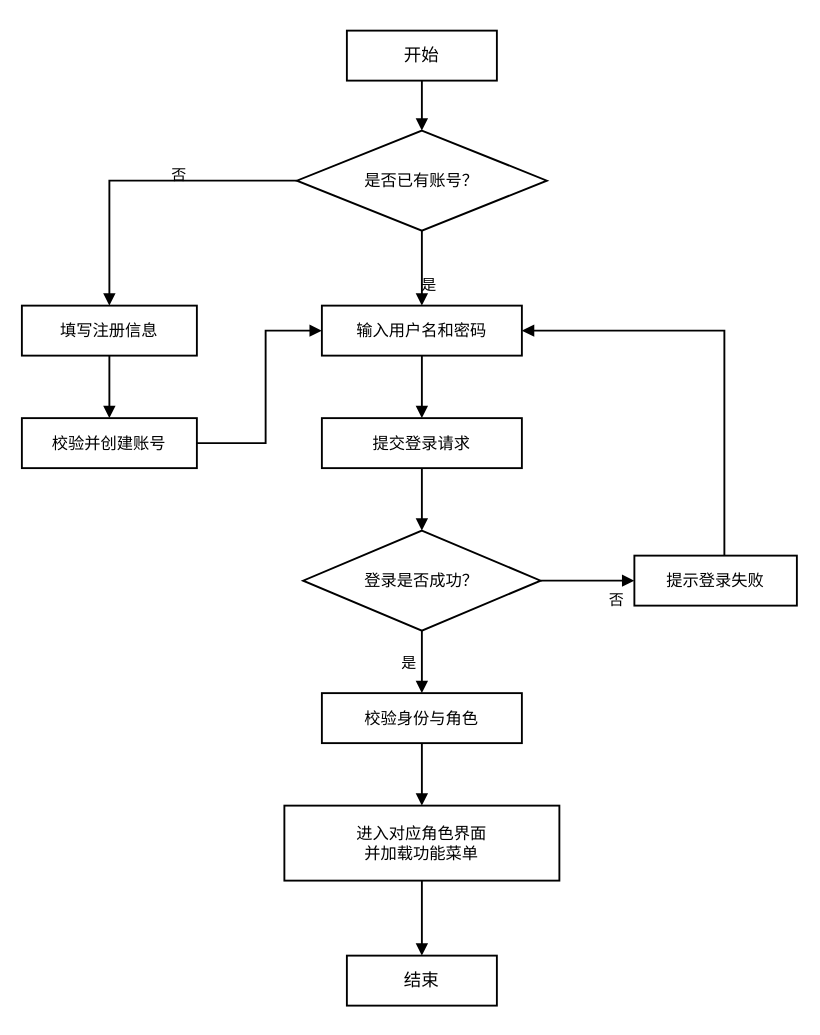
Before: docs/PaperImages/4用户注册登录流程图.drawio in Dean-op/forest_fire, a draw.io diagram. Source tidied: cells renumbered, new cells numbered last; positions are measured from the earlier drawing's top-left corner, leaving out a move shared by most shapes. Both pictures are drawn from the tidied source at 125%, with x=0, y=0 at pixel (21, 30).
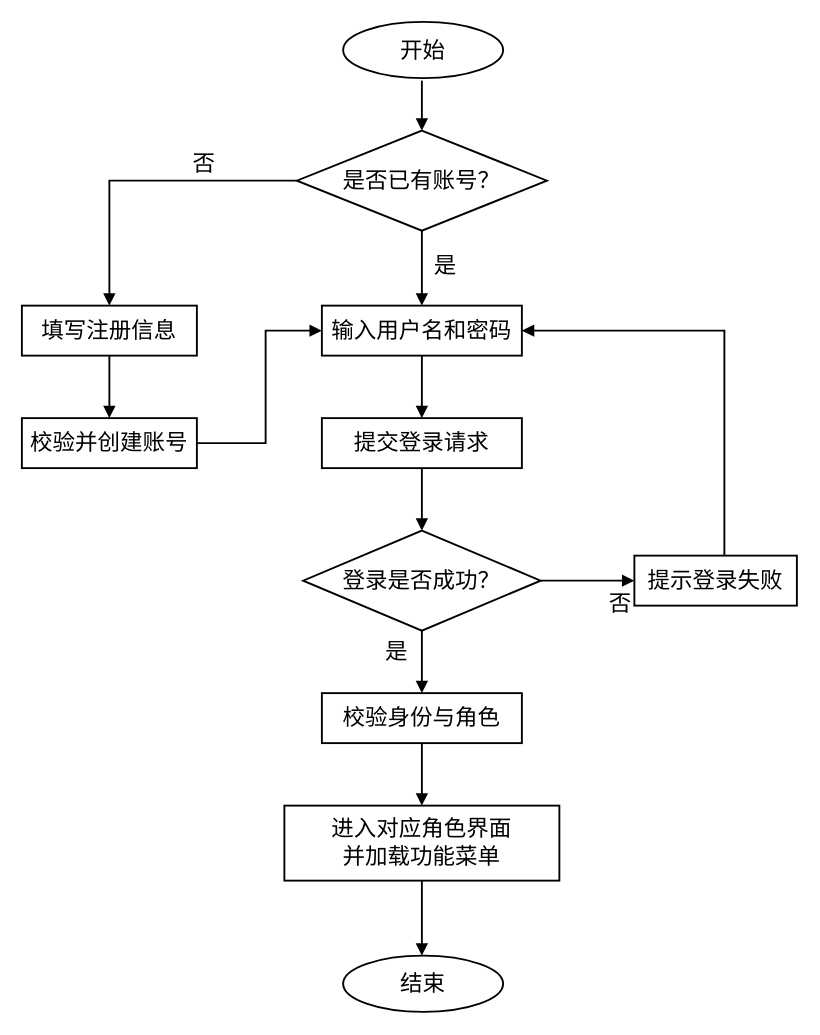
After the change.

The edit, as a diff of the source:
```diff
@@
-    <mxCell id="2" value="开始" style="rounded=0;whiteSpace=wrap;html=1;strokeWidth=1.5;fontSize=14;labelBackgroundColor=none;" parent="1" vertex="1">
-      <mxGeometry x="260" width="120" height="40" as="geometry" />
-    </mxCell>
-    <mxCell id="3" value="是否已有账号？" style="rhombus;whiteSpace=wrap;html=1;strokeWidth=1.5;fontSize=13;labelBackgroundColor=none;" parent="1" vertex="1">
+    <mxCell id="3" value="是否已有账号？" style="rhombus;whiteSpace=wrap;html=1;strokeWidth=1.5;fontSize=18;labelBackgroundColor=none;" parent="1" vertex="1">
       <mxGeometry x="220" y="80" width="200" height="80" as="geometry" />
     </mxCell>
-    <mxCell id="4" value="填写注册信息" style="rounded=0;whiteSpace=wrap;html=1;strokeWidth=1.5;fontSize=13;labelBackgroundColor=none;" parent="1" vertex="1">
+    <mxCell id="4" value="填写注册信息" style="rounded=0;whiteSpace=wrap;html=1;strokeWidth=1.5;fontSize=18;labelBackgroundColor=none;" parent="1" vertex="1">
       <mxGeometry y="220" width="140" height="40" as="geometry" />
     </mxCell>
-    <mxCell id="5" value="校验并创建账号" style="rounded=0;whiteSpace=wrap;html=1;strokeWidth=1.5;fontSize=13;labelBackgroundColor=none;" parent="1" vertex="1">
+    <mxCell id="5" value="校验并创建账号" style="rounded=0;whiteSpace=wrap;html=1;strokeWidth=1.5;fontSize=18;labelBackgroundColor=none;" parent="1" vertex="1">
       <mxGeometry y="310" width="140" height="40" as="geometry" />
     </mxCell>
-    <mxCell id="6" value="输入用户名和密码" style="rounded=0;whiteSpace=wrap;html=1;strokeWidth=1.5;fontSize=13;labelBackgroundColor=none;" parent="1" vertex="1">
+    <mxCell id="6" value="输入用户名和密码" style="rounded=0;whiteSpace=wrap;html=1;strokeWidth=1.5;fontSize=18;labelBackgroundColor=none;" parent="1" vertex="1">
       <mxGeometry x="240" y="220" width="160" height="40" as="geometry" />
     </mxCell>
-    <mxCell id="7" value="提交登录请求" style="rounded=0;whiteSpace=wrap;html=1;strokeWidth=1.5;fontSize=13;labelBackgroundColor=none;" parent="1" vertex="1">
+    <mxCell id="7" value="提交登录请求" style="rounded=0;whiteSpace=wrap;html=1;strokeWidth=1.5;fontSize=18;labelBackgroundColor=none;" parent="1" vertex="1">
       <mxGeometry x="240" y="310" width="160" height="40" as="geometry" />
     </mxCell>
-    <mxCell id="8" value="登录是否成功？" style="rhombus;whiteSpace=wrap;html=1;strokeWidth=1.5;fontSize=13;labelBackgroundColor=none;" parent="1" vertex="1">
+    <mxCell id="8" value="登录是否成功？" style="rhombus;whiteSpace=wrap;html=1;strokeWidth=1.5;fontSize=18;labelBackgroundColor=none;" parent="1" vertex="1">
       <mxGeometry x="225" y="400" width="190" height="80" as="geometry" />
     </mxCell>
-    <mxCell id="9" value="提示登录失败" style="rounded=0;whiteSpace=wrap;html=1;strokeWidth=1.5;fontSize=13;labelBackgroundColor=none;" parent="1" vertex="1">
+    <mxCell id="9" value="提示登录失败" style="rounded=0;whiteSpace=wrap;html=1;strokeWidth=1.5;fontSize=18;labelBackgroundColor=none;" parent="1" vertex="1">
       <mxGeometry x="490" y="420" width="130" height="40" as="geometry" />
     </mxCell>
-    <mxCell id="10" value="校验身份与角色" style="rounded=0;whiteSpace=wrap;html=1;strokeWidth=1.5;fontSize=13;labelBackgroundColor=none;" parent="1" vertex="1">
+    <mxCell id="10" value="校验身份与角色" style="rounded=0;whiteSpace=wrap;html=1;strokeWidth=1.5;fontSize=18;labelBackgroundColor=none;" parent="1" vertex="1">
       <mxGeometry x="240" y="530" width="160" height="40" as="geometry" />
     </mxCell>
-    <mxCell id="11" value="进入对应角色界面&#10;并加载功能菜单" style="rounded=0;whiteSpace=wrap;html=1;strokeWidth=1.5;fontSize=13;labelBackgroundColor=none;" parent="1" vertex="1">
+    <mxCell id="11" value="进入对应角色界面&#10;并加载功能菜单" style="rounded=0;whiteSpace=wrap;html=1;strokeWidth=1.5;fontSize=18;labelBackgroundColor=none;" parent="1" vertex="1">
       <mxGeometry x="210" y="620" width="220" height="60" as="geometry" />
     </mxCell>
-    <mxCell id="12" value="结束" style="rounded=0;whiteSpace=wrap;html=1;strokeWidth=1.5;fontSize=14;labelBackgroundColor=none;" parent="1" vertex="1">
-      <mxGeometry x="260" y="740" width="120" height="40" as="geometry" />
-    </mxCell>
-    <mxCell id="13" style="endArrow=block;endFill=1;html=1;strokeWidth=1.5;labelBackgroundColor=none;" parent="1" edge="1" source="2" target="3">
-      <mxGeometry relative="1" as="geometry" />
+    <mxCell id="13" style="endArrow=block;endFill=1;html=1;strokeWidth=1.5;labelBackgroundColor=none;fontSize=18;fontColor=default;" parent="1" edge="1" target="3">
+      <mxGeometry relative="1" as="geometry">
+        <mxPoint x="320" y="40" as="sourcePoint" />
+      </mxGeometry>
     </mxCell>
-    <mxCell id="14" style="endArrow=block;endFill=1;html=1;strokeWidth=1.5;edgeStyle=orthogonalEdgeStyle;rounded=0;labelBackgroundColor=none;" parent="1" edge="1" source="3" target="4">
+    <mxCell id="14" style="endArrow=block;endFill=1;html=1;strokeWidth=1.5;edgeStyle=orthogonalEdgeStyle;rounded=0;labelBackgroundColor=none;fontSize=18;fontColor=default;" parent="1" edge="1" source="3" target="4">
       <mxGeometry relative="1" as="geometry" />
     </mxCell>
-    <mxCell id="15" value="否" style="edgeLabel;html=1;fontSize=12;labelBackgroundColor=none;" parent="14" vertex="1">
+    <mxCell id="15" value="否" style="edgeLabel;html=1;fontSize=18;labelBackgroundColor=none;" parent="14" vertex="1">
       <mxGeometry x="-0.25" y="-10" relative="1" as="geometry">
-        <mxPoint x="-8" y="-8" as="offset" />
+        <mxPoint x="9" y="-20" as="offset" />
       </mxGeometry>
     </mxCell>
-    <mxCell id="16" style="endArrow=block;endFill=1;html=1;strokeWidth=1.5;labelBackgroundColor=none;" parent="1" edge="1" source="3" target="6">
+    <mxCell id="16" style="endArrow=block;endFill=1;html=1;strokeWidth=1.5;labelBackgroundColor=none;fontSize=18;fontColor=default;" parent="1" edge="1" source="3" target="6">
       <mxGeometry relative="1" as="geometry" />
     </mxCell>
-    <mxCell id="17" value="是" style="edgeLabel;html=1;fontSize=12;labelBackgroundColor=none;" parent="16" vertex="1">
+    <mxCell id="17" value="是" style="edgeLabel;html=1;fontSize=18;labelBackgroundColor=none;" parent="16" vertex="1">
       <mxGeometry x="0.25" y="-10" relative="1" as="geometry">
-        <mxPoint x="8" y="-8" as="offset" />
+        <mxPoint x="18" y="-27" as="offset" />
       </mxGeometry>
     </mxCell>
-    <mxCell id="18" style="endArrow=block;endFill=1;html=1;strokeWidth=1.5;labelBackgroundColor=none;" parent="1" edge="1" source="4" target="5">
+    <mxCell id="18" style="endArrow=block;endFill=1;html=1;strokeWidth=1.5;labelBackgroundColor=none;fontSize=18;fontColor=default;" parent="1" edge="1" source="4" target="5">
       <mxGeometry relative="1" as="geometry" />
     </mxCell>
-    <mxCell id="19" style="endArrow=block;endFill=1;html=1;strokeWidth=1.5;edgeStyle=orthogonalEdgeStyle;rounded=0;labelBackgroundColor=none;" parent="1" edge="1" source="5" target="6">
+    <mxCell id="19" style="endArrow=block;endFill=1;html=1;strokeWidth=1.5;edgeStyle=orthogonalEdgeStyle;rounded=0;labelBackgroundColor=none;fontSize=18;fontColor=default;" parent="1" edge="1" source="5" target="6">
       <mxGeometry relative="1" as="geometry">
         <Array as="points">
           <mxPoint x="195" y="330" />
           <mxPoint x="195" y="240" />
         </Array>
       </mxGeometry>
     </mxCell>
-    <mxCell id="20" style="endArrow=block;endFill=1;html=1;strokeWidth=1.5;labelBackgroundColor=none;" parent="1" edge="1" source="6" target="7">
+    <mxCell id="20" style="endArrow=block;endFill=1;html=1;strokeWidth=1.5;labelBackgroundColor=none;fontSize=18;fontColor=default;" parent="1" edge="1" source="6" target="7">
       <mxGeometry relative="1" as="geometry" />
     </mxCell>
-    <mxCell id="21" style="endArrow=block;endFill=1;html=1;strokeWidth=1.5;labelBackgroundColor=none;" parent="1" edge="1" source="7" target="8">
+    <mxCell id="21" style="endArrow=block;endFill=1;html=1;strokeWidth=1.5;labelBackgroundColor=none;fontSize=18;fontColor=default;" parent="1" edge="1" source="7" target="8">
       <mxGeometry relative="1" as="geometry" />
     </mxCell>
-    <mxCell id="22" style="endArrow=block;endFill=1;html=1;strokeWidth=1.5;labelBackgroundColor=none;" parent="1" edge="1" source="8" target="10">
+    <mxCell id="22" style="endArrow=block;endFill=1;html=1;strokeWidth=1.5;labelBackgroundColor=none;fontSize=18;fontColor=default;" parent="1" edge="1" source="8" target="10">
       <mxGeometry relative="1" as="geometry" />
     </mxCell>
-    <mxCell id="23" value="是" style="edgeLabel;html=1;fontSize=12;labelBackgroundColor=none;" parent="22" vertex="1">
+    <mxCell id="23" value="是" style="edgeLabel;html=1;fontSize=18;labelBackgroundColor=none;" parent="22" vertex="1">
       <mxGeometry x="-0.2" y="-10" relative="1" as="geometry">
-        <mxPoint x="-8" y="-8" as="offset" />
+        <mxPoint x="-21" y="-20" as="offset" />
       </mxGeometry>
     </mxCell>
-    <mxCell id="24" style="endArrow=block;endFill=1;html=1;strokeWidth=1.5;edgeStyle=orthogonalEdgeStyle;rounded=0;labelBackgroundColor=none;" parent="1" edge="1" source="8" target="9">
+    <mxCell id="24" style="endArrow=block;endFill=1;html=1;strokeWidth=1.5;edgeStyle=orthogonalEdgeStyle;rounded=0;labelBackgroundColor=none;fontSize=18;fontColor=default;" parent="1" edge="1" source="8" target="9">
       <mxGeometry relative="1" as="geometry" />
     </mxCell>
-    <mxCell id="25" value="否" style="edgeLabel;html=1;fontSize=12;labelBackgroundColor=none;" parent="24" vertex="1">
+    <mxCell id="25" value="否" style="edgeLabel;html=1;fontSize=18;labelBackgroundColor=none;" parent="24" vertex="1">
       <mxGeometry x="0.2" y="-10" relative="1" as="geometry">
         <mxPoint x="8" y="-8" as="offset" />
       </mxGeometry>
     </mxCell>
-    <mxCell id="26" style="endArrow=block;endFill=1;html=1;strokeWidth=1.5;edgeStyle=orthogonalEdgeStyle;rounded=0;labelBackgroundColor=none;" parent="1" edge="1" source="9" target="6">
+    <mxCell id="26" style="endArrow=block;endFill=1;html=1;strokeWidth=1.5;edgeStyle=orthogonalEdgeStyle;rounded=0;labelBackgroundColor=none;fontSize=18;fontColor=default;" parent="1" edge="1" source="9" target="6">
       <mxGeometry relative="1" as="geometry">
         <Array as="points">
           <mxPoint x="562" y="240" />
         </Array>
       </mxGeometry>
     </mxCell>
-    <mxCell id="27" style="endArrow=block;endFill=1;html=1;strokeWidth=1.5;labelBackgroundColor=none;" parent="1" edge="1" source="10" target="11">
+    <mxCell id="27" style="endArrow=block;endFill=1;html=1;strokeWidth=1.5;labelBackgroundColor=none;fontSize=18;fontColor=default;" parent="1" edge="1" source="10" target="11">
       <mxGeometry relative="1" as="geometry" />
     </mxCell>
-    <mxCell id="28" style="endArrow=block;endFill=1;html=1;strokeWidth=1.5;labelBackgroundColor=none;" parent="1" edge="1" source="11" target="12">
-      <mxGeometry relative="1" as="geometry" />
+    <mxCell id="28" style="endArrow=block;endFill=1;html=1;strokeWidth=1.5;labelBackgroundColor=none;fontSize=18;fontColor=default;" parent="1" edge="1" source="11">
+      <mxGeometry relative="1" as="geometry">
+        <mxPoint x="320" y="740" as="targetPoint" />
+      </mxGeometry>
     </mxCell>
+    <mxCell id="2" value="开始" style="ellipse;whiteSpace=wrap;html=1;fontSize=18;labelBackgroundColor=none;strokeWidth=1.5;" parent="1" vertex="1">
+      <mxGeometry x="257" y="-7" width="128" height="45" as="geometry" />
+    </mxCell>
+    <mxCell id="12" value="结束" style="ellipse;whiteSpace=wrap;html=1;fontSize=18;labelBackgroundColor=none;strokeWidth=1.5;" parent="1" vertex="1">
+      <mxGeometry x="257" y="740" width="128" height="45" as="geometry" />
+    </mxCell>
```
